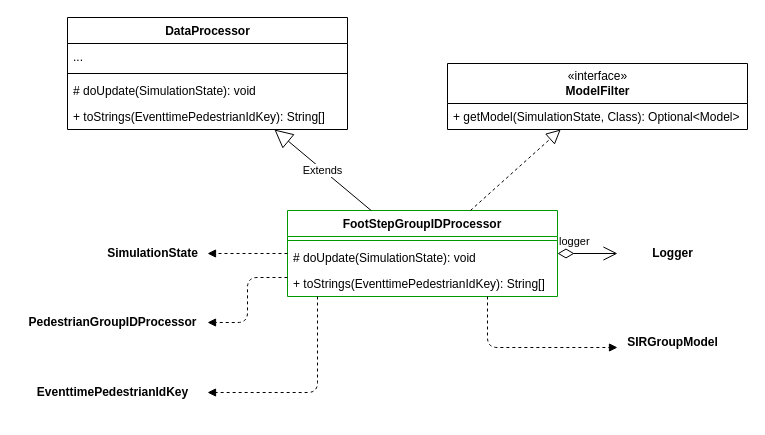
The draw.io diagram UML/FootStepGroupIDProcessor_UML.drawio in sonmikrafft-uni-MLCMS/ex2, before the edit. Source tidied: cells renumbered, new cells numbered last; positions are measured from the earlier drawing's top-left corner, leaving out a move shared by most shapes. Both pictures are drawn from the tidied source at 100%, with x=0, y=0 at pixel (17, 17).
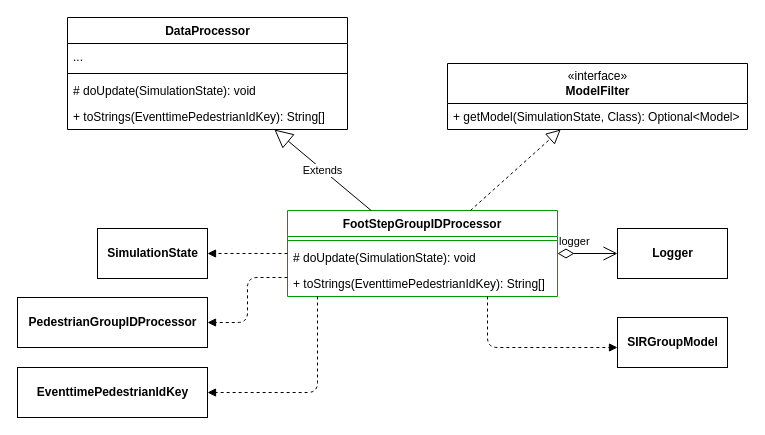
Above is the later version.

Diff of the diagram source:
```diff
@@
-    <mxCell id="15" value="&lt;b&gt;SimulationState&lt;/b&gt;" style="html=1;strokeColor=#FFFFFF;" parent="1" vertex="1">
+    <mxCell id="15" value="&lt;b&gt;SimulationState&lt;/b&gt;" style="html=1;" parent="1" vertex="1">
       <mxGeometry x="80" y="211" width="110" height="50" as="geometry" />
     </mxCell>
@@
-    <mxCell id="17" value="&lt;b&gt;PedestrianGroupIDProcessor&lt;/b&gt;" style="html=1;strokeColor=#FFFFFF;" parent="1" vertex="1">
+    <mxCell id="17" value="&lt;b&gt;PedestrianGroupIDProcessor&lt;/b&gt;" style="html=1;" parent="1" vertex="1">
       <mxGeometry y="280" width="190" height="50" as="geometry" />
     </mxCell>
@@
-    <mxCell id="19" value="&lt;b&gt;EventtimePedestrianIdKey&lt;/b&gt;" style="html=1;strokeColor=#FFFFFF;" parent="1" vertex="1">
+    <mxCell id="19" value="&lt;b&gt;EventtimePedestrianIdKey&lt;/b&gt;" style="html=1;" parent="1" vertex="1">
       <mxGeometry y="350" width="190" height="50" as="geometry" />
     </mxCell>
@@
-    <mxCell id="21" value="&lt;b&gt;Logger&lt;/b&gt;" style="html=1;strokeColor=#FFFFFF;" parent="1" vertex="1">
+    <mxCell id="21" value="&lt;b&gt;Logger&lt;/b&gt;" style="html=1;" parent="1" vertex="1">
       <mxGeometry x="600" y="211" width="110" height="50" as="geometry" />
     </mxCell>
-    <mxCell id="22" value="&lt;b&gt;SIRGroupModel&lt;/b&gt;" style="html=1;strokeColor=#FFFFFF;" parent="1" vertex="1">
+    <mxCell id="22" value="&lt;b&gt;SIRGroupModel&lt;/b&gt;" style="html=1;" parent="1" vertex="1">
       <mxGeometry x="600" y="300" width="110" height="50" as="geometry" />
     </mxCell>
```
